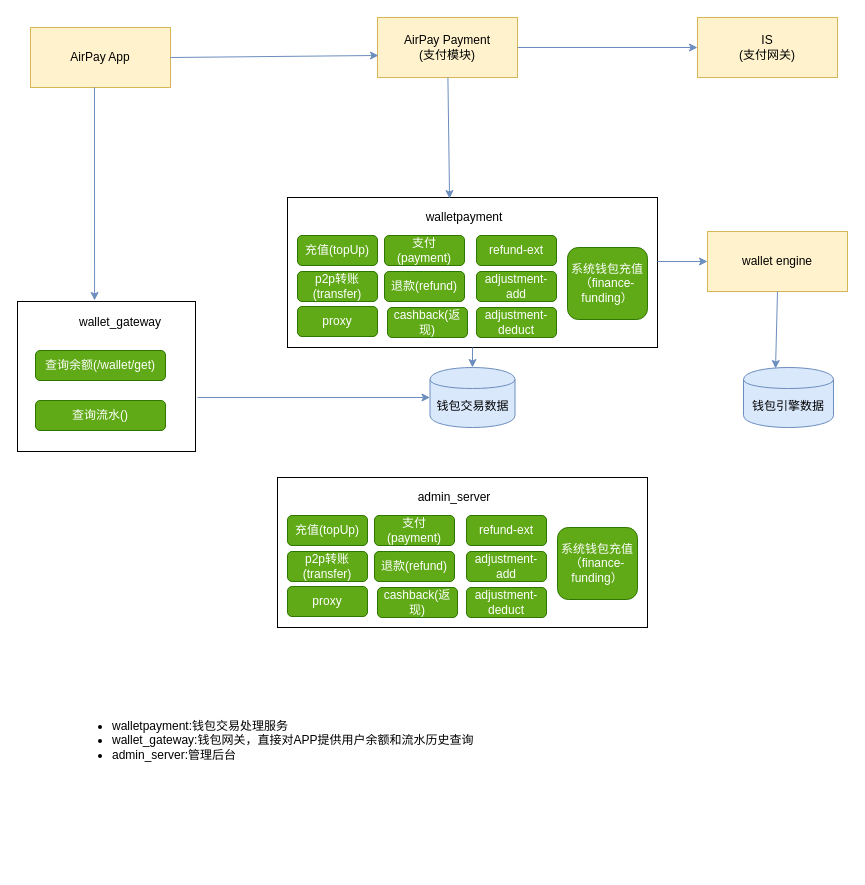
Above: arch/wallet/arch.drawio in zhangchuhu/drawio (draw.io), before the change. Source tidied: cells renumbered, new cells numbered last; positions are measured from the earlier drawing's top-left corner, leaving out a move shared by most shapes. Both pictures are drawn from the tidied source at 100%, with x=0, y=0 at pixel (17, 17).
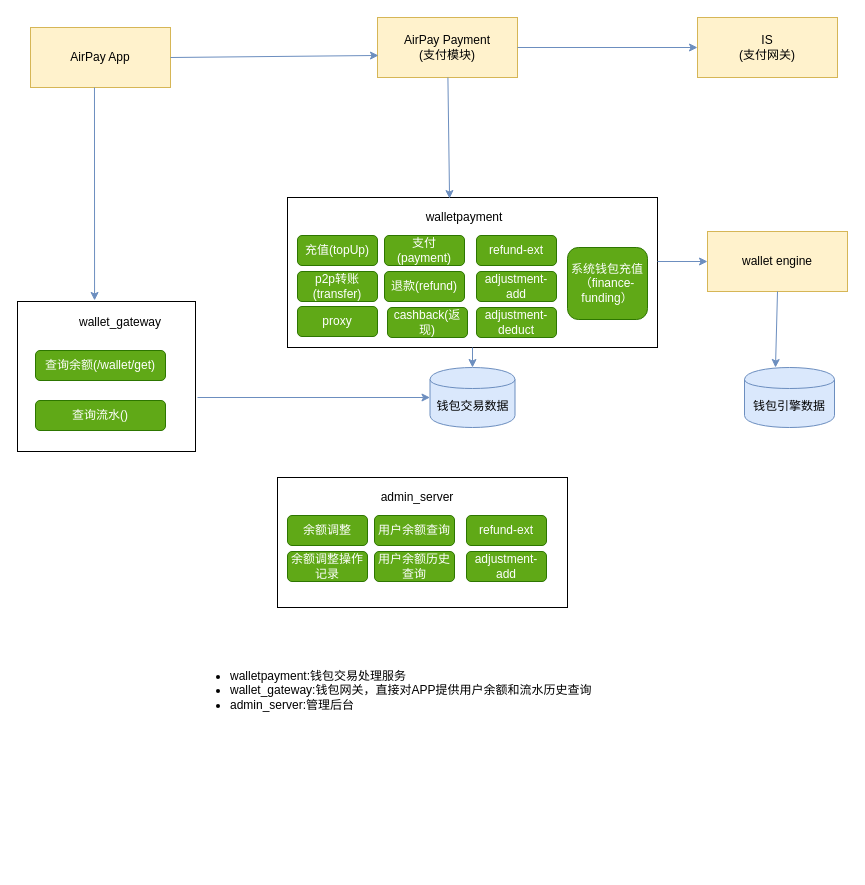
After the change.

Unchanged cells that the change refers to:
```xml
<mxCell id="22" value="wallet engine" style="rounded=0;whiteSpace=wrap;html=1;fillColor=#fff2cc;strokeColor=#d6b656;" parent="1" vertex="1">
  <mxGeometry x="690" y="214" width="140" height="60" as="geometry" />
</mxCell>
```

The edit, as a diff of the source:
```diff
@@
     <mxCell id="8" value="&lt;div style=&quot;text-align: justify&quot;&gt;&lt;ul&gt;&lt;li&gt;walletpayment:钱包交易处理服务&lt;/li&gt;&lt;li&gt;wallet_gateway:钱包网关，直接对APP提供用户余额和流水历史查询&lt;/li&gt;&lt;li&gt;admin_server:管理后台&lt;/li&gt;&lt;/ul&gt;&lt;/div&gt;&lt;div style=&quot;text-align: justify&quot;&gt;&lt;span style=&quot;font-weight: normal&quot;&gt;&lt;font style=&quot;font-size: 12px&quot;&gt;&lt;br&gt;&lt;/font&gt;&lt;/span&gt;&lt;/div&gt;" style="text;html=1;strokeColor=none;fillColor=none;spacing=5;spacingTop=-20;whiteSpace=wrap;overflow=hidden;rounded=0;" parent="1" vertex="1">
-      <mxGeometry x="50" y="700" width="500" height="150" as="geometry" />
+      <mxGeometry x="168" y="650" width="500" height="150" as="geometry" />
     </mxCell>
@@
     <mxCell id="23" value="钱包引擎数据" style="shape=cylinder;whiteSpace=wrap;html=1;boundedLbl=1;backgroundOutline=1;fillColor=#dae8fc;strokeColor=#6c8ebf;" parent="1" vertex="1">
-      <mxGeometry x="726" y="350" width="90" height="60" as="geometry" />
+      <mxGeometry x="727" y="350" width="90" height="60" as="geometry" />
     </mxCell>
@@
-    <mxCell id="30" style="endArrow=classic;html=1;exitX=0.5;exitY=1;exitDx=0;exitDy=0;entryX=0.356;entryY=0.017;entryDx=0;entryDy=0;entryPerimeter=0;fillColor=#dae8fc;strokeColor=#6c8ebf;" parent="1" edge="1" source="22" target="23">
-      <mxGeometry relative="1" as="geometry" />
+    <mxCell id="30" style="endArrow=classic;html=1;exitX=0.5;exitY=1;exitDx=0;exitDy=0;fillColor=#dae8fc;strokeColor=#6c8ebf;" parent="1" edge="1" source="22">
+      <mxGeometry relative="1" as="geometry">
+        <mxPoint x="758" y="350" as="targetPoint" />
+      </mxGeometry>
     </mxCell>
@@
     <mxCell id="33" style="rounded=0;whiteSpace=wrap;html=1;" parent="1" vertex="1">
-      <mxGeometry x="260" y="460" width="370" height="150" as="geometry" />
+      <mxGeometry x="260" y="460" width="290" height="130" as="geometry" />
     </mxCell>
-    <mxCell id="34" value="proxy" style="rounded=1;whiteSpace=wrap;html=1;fillColor=#60a917;strokeColor=#2D7600;fontColor=#ffffff;" parent="1" vertex="1">
-      <mxGeometry x="270" y="569" width="80" height="30" as="geometry" />
-    </mxCell>
-    <mxCell id="35" value="p2p转账(transfer)" style="rounded=1;whiteSpace=wrap;html=1;fillColor=#60a917;strokeColor=#2D7600;fontColor=#ffffff;" parent="1" vertex="1">
+    <mxCell id="35" value="余额调整操作记录" style="rounded=1;whiteSpace=wrap;html=1;fillColor=#60a917;strokeColor=#2D7600;fontColor=#ffffff;" parent="1" vertex="1">
       <mxGeometry x="270" y="534" width="80" height="30" as="geometry" />
     </mxCell>
     <mxCell id="36" value="admin_server" style="text;html=1;strokeColor=none;fillColor=none;align=center;verticalAlign=middle;whiteSpace=wrap;rounded=0;" parent="1" vertex="1">
-      <mxGeometry x="407" y="470" width="60" height="20" as="geometry" />
+      <mxGeometry x="370" y="470" width="60" height="20" as="geometry" />
     </mxCell>
-    <mxCell id="37" value="充值(topUp)" style="rounded=1;whiteSpace=wrap;html=1;fillColor=#60a917;strokeColor=#2D7600;fontColor=#ffffff;" parent="1" vertex="1">
+    <mxCell id="37" value="余额调整" style="rounded=1;whiteSpace=wrap;html=1;fillColor=#60a917;strokeColor=#2D7600;fontColor=#ffffff;" parent="1" vertex="1">
       <mxGeometry x="270" y="498" width="80" height="30" as="geometry" />
     </mxCell>
-    <mxCell id="38" value="支付(payment)" style="rounded=1;whiteSpace=wrap;html=1;fillColor=#60a917;strokeColor=#2D7600;fontColor=#ffffff;" parent="1" vertex="1">
+    <mxCell id="38" value="用户余额查询" style="rounded=1;whiteSpace=wrap;html=1;fillColor=#60a917;strokeColor=#2D7600;fontColor=#ffffff;" parent="1" vertex="1">
       <mxGeometry x="357" y="498" width="80" height="30" as="geometry" />
     </mxCell>
-    <mxCell id="39" value="退款(refund)" style="rounded=1;whiteSpace=wrap;html=1;fillColor=#60a917;strokeColor=#2D7600;fontColor=#ffffff;" parent="1" vertex="1">
+    <mxCell id="39" value="用户余额历史查询" style="rounded=1;whiteSpace=wrap;html=1;fillColor=#60a917;strokeColor=#2D7600;fontColor=#ffffff;" parent="1" vertex="1">
       <mxGeometry x="357" y="534" width="80" height="30" as="geometry" />
     </mxCell>
-    <mxCell id="40" value="cashback(返现)" style="rounded=1;whiteSpace=wrap;html=1;fillColor=#60a917;strokeColor=#2D7600;fontColor=#ffffff;" parent="1" vertex="1">
-      <mxGeometry x="360" y="570" width="80" height="30" as="geometry" />
-    </mxCell>
@@
-    <mxCell id="43" value="adjustment-deduct" style="rounded=1;whiteSpace=wrap;html=1;fillColor=#60a917;strokeColor=#2D7600;fontColor=#ffffff;" parent="1" vertex="1">
-      <mxGeometry x="449" y="570" width="80" height="30" as="geometry" />
-    </mxCell>
-    <mxCell id="44" value="系统钱包充值（finance-funding）" style="rounded=1;whiteSpace=wrap;html=1;fillColor=#60a917;strokeColor=#2D7600;fontColor=#ffffff;" parent="1" vertex="1">
-      <mxGeometry x="540" y="510" width="80" height="72" as="geometry" />
-    </mxCell>
```
